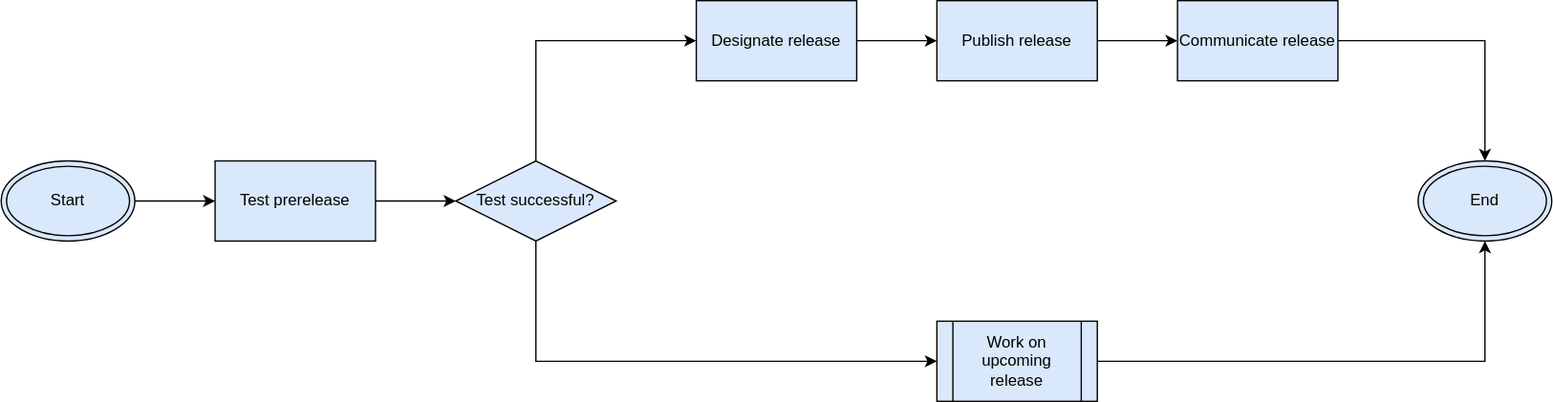
Above: docs/assets/images/process/releasing_a_version.drawio.svg in Netbeheer-Nederland/data-products (draw.io), before the change. Source tidied: cells renumbered, new cells last; positions are measured from the earlier drawing's top-left corner, leaving out a move shared by most shapes.
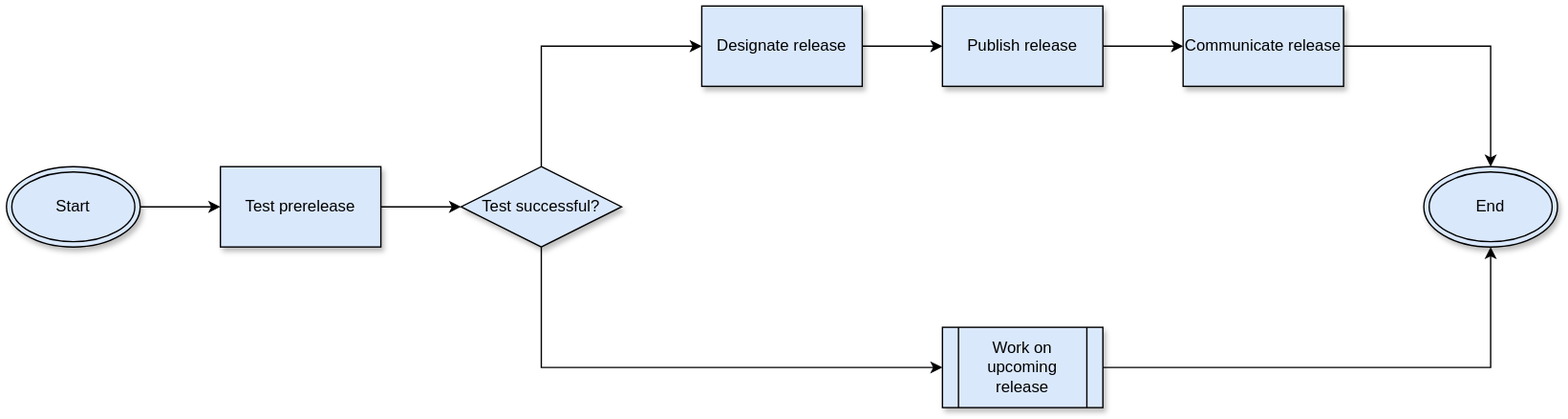
The same file after the commit.

Diff of the diagram source:
```diff
@@ -2,52 +2,52 @@
   <root>
     <mxCell id="0" />
     <mxCell id="1" parent="0" />
-    <mxCell id="2" style="edgeStyle=orthogonalEdgeStyle;rounded=0;jettySize=auto;html=1;fillColor=#dae8fc;strokeColor=#000000;" parent="1" edge="1" source="3" target="6">
+    <mxCell id="2" style="edgeStyle=orthogonalEdgeStyle;rounded=0;jettySize=auto;html=1;fillColor=#dae8fc;strokeColor=#000000;shadow=0;" parent="1" edge="1" source="3" target="6">
       <mxGeometry relative="1" as="geometry" />
     </mxCell>
-    <mxCell id="3" value="Start" style="ellipse;shape=doubleEllipse;whiteSpace=wrap;html=1;fillColor=#dae8fc;strokeColor=#000000;" parent="1" vertex="1">
+    <mxCell id="3" value="Start" style="ellipse;shape=doubleEllipse;whiteSpace=wrap;html=1;fillColor=#dae8fc;strokeColor=#000000;shadow=1;" parent="1" vertex="1">
       <mxGeometry y="120" width="100" height="60" as="geometry" />
     </mxCell>
-    <mxCell id="4" value="End" style="ellipse;shape=doubleEllipse;whiteSpace=wrap;html=1;fillColor=#dae8fc;strokeColor=#000000;" parent="1" vertex="1">
+    <mxCell id="4" value="End" style="ellipse;shape=doubleEllipse;whiteSpace=wrap;html=1;fillColor=#dae8fc;strokeColor=#000000;shadow=1;" parent="1" vertex="1">
       <mxGeometry x="1060" y="120" width="100" height="60" as="geometry" />
     </mxCell>
-    <mxCell id="5" style="edgeStyle=orthogonalEdgeStyle;rounded=0;jettySize=auto;html=1;fillColor=#dae8fc;strokeColor=#000000;" parent="1" edge="1" source="6" target="17">
+    <mxCell id="5" style="edgeStyle=orthogonalEdgeStyle;rounded=0;jettySize=auto;html=1;fillColor=#dae8fc;strokeColor=#000000;shadow=0;" parent="1" edge="1" source="6" target="17">
       <mxGeometry relative="1" as="geometry" />
     </mxCell>
-    <mxCell id="6" value="Test prerelease" style="rounded=0;whiteSpace=wrap;html=1;fillColor=#dae8fc;strokeColor=#000000;" parent="1" vertex="1">
+    <mxCell id="6" value="Test prerelease" style="rounded=0;whiteSpace=wrap;html=1;fillColor=#dae8fc;strokeColor=#000000;shadow=1;" parent="1" vertex="1">
       <mxGeometry x="160" y="120" width="120" height="60" as="geometry" />
     </mxCell>
-    <mxCell id="7" style="edgeStyle=orthogonalEdgeStyle;rounded=0;jettySize=auto;html=1;fillColor=#dae8fc;strokeColor=#000000;" parent="1" edge="1" source="8" target="10">
+    <mxCell id="7" style="edgeStyle=orthogonalEdgeStyle;rounded=0;jettySize=auto;html=1;fillColor=#dae8fc;strokeColor=#000000;shadow=0;" parent="1" edge="1" source="8" target="10">
       <mxGeometry relative="1" as="geometry" />
     </mxCell>
-    <mxCell id="8" value="Designate release" style="rounded=0;whiteSpace=wrap;html=1;fillColor=#dae8fc;strokeColor=#000000;" parent="1" vertex="1">
+    <mxCell id="8" value="Designate release" style="rounded=0;whiteSpace=wrap;html=1;fillColor=#dae8fc;strokeColor=#000000;shadow=1;" parent="1" vertex="1">
       <mxGeometry x="520" width="120" height="60" as="geometry" />
     </mxCell>
-    <mxCell id="9" style="edgeStyle=orthogonalEdgeStyle;rounded=0;jettySize=auto;html=1;fillColor=#dae8fc;strokeColor=#000000;" parent="1" edge="1" source="10" target="12">
+    <mxCell id="9" style="edgeStyle=orthogonalEdgeStyle;rounded=0;jettySize=auto;html=1;fillColor=#dae8fc;strokeColor=#000000;shadow=0;" parent="1" edge="1" source="10" target="12">
       <mxGeometry relative="1" as="geometry" />
     </mxCell>
-    <mxCell id="10" value="Publish release" style="rounded=0;whiteSpace=wrap;html=1;fillColor=#dae8fc;strokeColor=#000000;" parent="1" vertex="1">
+    <mxCell id="10" value="Publish release" style="rounded=0;whiteSpace=wrap;html=1;fillColor=#dae8fc;strokeColor=#000000;shadow=1;" parent="1" vertex="1">
       <mxGeometry x="700" width="120" height="60" as="geometry" />
     </mxCell>
-    <mxCell id="11" style="edgeStyle=orthogonalEdgeStyle;rounded=0;jettySize=auto;html=1;exitX=1;exitY=0.5;exitDx=0;exitDy=0;entryX=0.5;entryY=0;entryDx=0;entryDy=0;fillColor=#dae8fc;strokeColor=#000000;" parent="1" edge="1" source="12" target="4">
+    <mxCell id="11" style="edgeStyle=orthogonalEdgeStyle;rounded=0;jettySize=auto;html=1;exitX=1;exitY=0.5;exitDx=0;exitDy=0;entryX=0.5;entryY=0;entryDx=0;entryDy=0;fillColor=#dae8fc;strokeColor=#000000;shadow=0;" parent="1" edge="1" source="12" target="4">
       <mxGeometry relative="1" as="geometry" />
     </mxCell>
-    <mxCell id="12" value="Communicate release" style="rounded=0;whiteSpace=wrap;html=1;fillColor=#dae8fc;strokeColor=#000000;" parent="1" vertex="1">
+    <mxCell id="12" value="Communicate release" style="rounded=0;whiteSpace=wrap;html=1;fillColor=#dae8fc;strokeColor=#000000;shadow=1;" parent="1" vertex="1">
       <mxGeometry x="880" width="120" height="60" as="geometry" />
     </mxCell>
-    <mxCell id="13" style="edgeStyle=orthogonalEdgeStyle;rounded=0;jettySize=auto;html=1;exitX=1;exitY=0.5;exitDx=0;exitDy=0;entryX=0.5;entryY=1;entryDx=0;entryDy=0;fillColor=#dae8fc;strokeColor=#000000;" parent="1" edge="1" source="14" target="4">
+    <mxCell id="13" style="edgeStyle=orthogonalEdgeStyle;rounded=0;jettySize=auto;html=1;exitX=1;exitY=0.5;exitDx=0;exitDy=0;entryX=0.5;entryY=1;entryDx=0;entryDy=0;fillColor=#dae8fc;strokeColor=#000000;shadow=0;" parent="1" edge="1" source="14" target="4">
       <mxGeometry relative="1" as="geometry" />
     </mxCell>
-    <mxCell id="14" value="Work on upcoming release" style="shape=process;whiteSpace=wrap;html=1;backgroundOutline=1;fillColor=#dae8fc;strokeColor=#000000;" parent="1" vertex="1">
+    <mxCell id="14" value="Work on upcoming release" style="shape=process;whiteSpace=wrap;html=1;backgroundOutline=1;fillColor=#dae8fc;strokeColor=#000000;shadow=1;" parent="1" vertex="1">
       <mxGeometry x="700" y="240" width="120" height="60" as="geometry" />
     </mxCell>
-    <mxCell id="15" style="edgeStyle=orthogonalEdgeStyle;rounded=0;jettySize=auto;html=1;exitX=0.5;exitY=1;exitDx=0;exitDy=0;entryX=0;entryY=0.5;entryDx=0;entryDy=0;fillColor=#dae8fc;strokeColor=#000000;" parent="1" edge="1" source="17" target="14">
+    <mxCell id="15" style="edgeStyle=orthogonalEdgeStyle;rounded=0;jettySize=auto;html=1;exitX=0.5;exitY=1;exitDx=0;exitDy=0;entryX=0;entryY=0.5;entryDx=0;entryDy=0;fillColor=#dae8fc;strokeColor=#000000;shadow=0;" parent="1" edge="1" source="17" target="14">
       <mxGeometry relative="1" as="geometry" />
     </mxCell>
-    <mxCell id="16" style="edgeStyle=orthogonalEdgeStyle;rounded=0;jettySize=auto;html=1;entryX=0;entryY=0.5;entryDx=0;entryDy=0;exitX=0.5;exitY=0;exitDx=0;exitDy=0;fillColor=#dae8fc;strokeColor=#000000;" parent="1" edge="1" source="17" target="8">
+    <mxCell id="16" style="edgeStyle=orthogonalEdgeStyle;rounded=0;jettySize=auto;html=1;entryX=0;entryY=0.5;entryDx=0;entryDy=0;exitX=0.5;exitY=0;exitDx=0;exitDy=0;fillColor=#dae8fc;strokeColor=#000000;shadow=0;" parent="1" edge="1" source="17" target="8">
       <mxGeometry relative="1" as="geometry" />
     </mxCell>
-    <mxCell id="17" value="Test successful?" style="rhombus;whiteSpace=wrap;html=1;fillColor=#dae8fc;strokeColor=#000000;" parent="1" vertex="1">
+    <mxCell id="17" value="Test successful?" style="rhombus;whiteSpace=wrap;html=1;fillColor=#dae8fc;strokeColor=#000000;shadow=1;" parent="1" vertex="1">
       <mxGeometry x="340" y="120" width="120" height="60" as="geometry" />
     </mxCell>
   </root>
```
